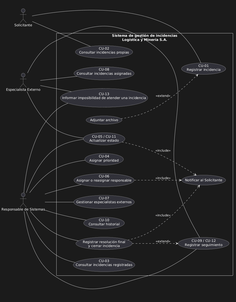
Before: diagramas/casos-de-uso.png, a diagram exported from PlantUML (Luciosanfi7413/Caso-de-estudio-Log-stica-y-Miner-a-S.A).
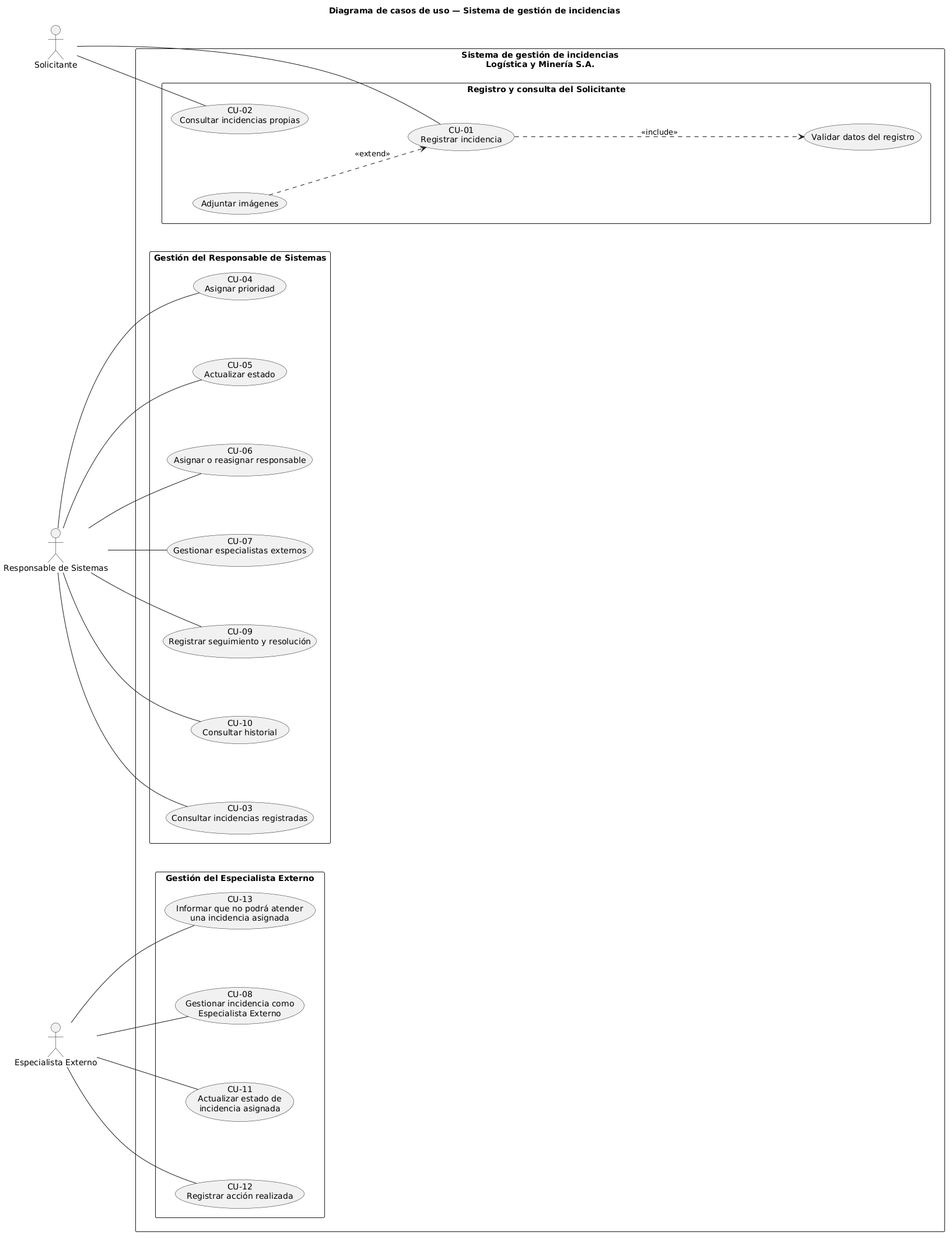
Above is the later version.

Commit message:
Corrigiendo el diagrama de casos de uso en base al feedback recibido

The edit, as a diff of the source:
```diff
@@ -1,29 +1,39 @@
 @startuml
+title Diagrama de casos de uso — Sistema de gestión de incidencias
+
 left to right direction
 skinparam packageStyle rectangle
+skinparam nodesep 100
 
 actor "Solicitante" as Solicitante
 actor "Responsable de Sistemas" as Sistemas
 actor "Especialista Externo" as Externo
 
 rectangle "Sistema de gestión de incidencias\nLogística y Minería S.A." {
-  usecase "CU-01\nRegistrar incidencia" as CU01
-  usecase "Adjuntar archivo" as Adjuntar
 
-  usecase "CU-02\nConsultar incidencias propias" as CU02
-  usecase "CU-03\nConsultar incidencias registradas" as CU03
-  usecase "CU-04\nAsignar prioridad" as CU04
-  usecase "CU-06\nAsignar o reasignar responsable" as CU06
-  usecase "CU-07\nGestionar especialistas externos" as CU07
-  usecase "CU-10\nConsultar historial" as CU10
+  package "Registro y consulta del Solicitante" {
+    usecase "CU-01\nRegistrar incidencia" as CU01
+    usecase "Validar datos del registro" as Validar
+    usecase "Adjuntar imágenes" as Adjuntar
+    usecase "CU-02\nConsultar incidencias propias" as CU02
+  }
 
-  usecase "CU-05 / CU-11\nActualizar estado" as CU05
-  usecase "CU-08\nConsultar incidencias asignadas" as CU08
-  usecase "CU-09 / CU-12\nRegistrar seguimiento" as CU09
-  usecase "Registrar resolución final\ny cerrar incidencia" as Cerrar
-  usecase "CU-13\nInformar imposibilidad de atender una incidencia" as CU13
+  package "Gestión del Responsable de Sistemas" {
+    usecase "CU-03\nConsultar incidencias registradas" as CU03
+    usecase "CU-04\nAsignar prioridad" as CU04
+    usecase "CU-05\nActualizar estado" as CU05
+    usecase "CU-06\nAsignar o reasignar responsable" as CU06
+    usecase "CU-07\nGestionar especialistas externos" as CU07
+    usecase "CU-09\nRegistrar seguimiento y resolución" as CU09
+    usecase "CU-10\nConsultar historial" as CU10
+  }
 
-  usecase "Notificar al Solicitante" as Notificar
+  package "Gestión del Especialista Externo" {
+    usecase "CU-08\nGestionar incidencia como\nEspecialista Externo" as CU08
+    usecase "CU-11\nActualizar estado de\nincidencia asignada" as CU11
+    usecase "CU-12\nRegistrar acción realizada" as CU12
+    usecase "CU-13\nInformar que no podrá atender\nuna incidencia asignada" as CU13
+  }
 }
 
 Solicitante -- CU01
@@ -36,18 +46,12 @@
 Sistemas -- CU07
 Sistemas -- CU09
 Sistemas -- CU10
-Sistemas -- Cerrar
-Sistemas -- CU13
 
-Externo -- CU05
 Externo -- CU08
-Externo -- CU09
+Externo -- CU11
+Externo -- CU12
 Externo -- CU13
 
+CU01 ........> Validar : <<include>>
 Adjuntar ..> CU01 : <<extend>>
-
-CU05 ..> Notificar : <<include>>
-CU06 ..> Notificar : <<include>>
-Cerrar ..> Notificar : <<include>>
-Cerrar ..> CU09 : <<extend>>
 @enduml
```
